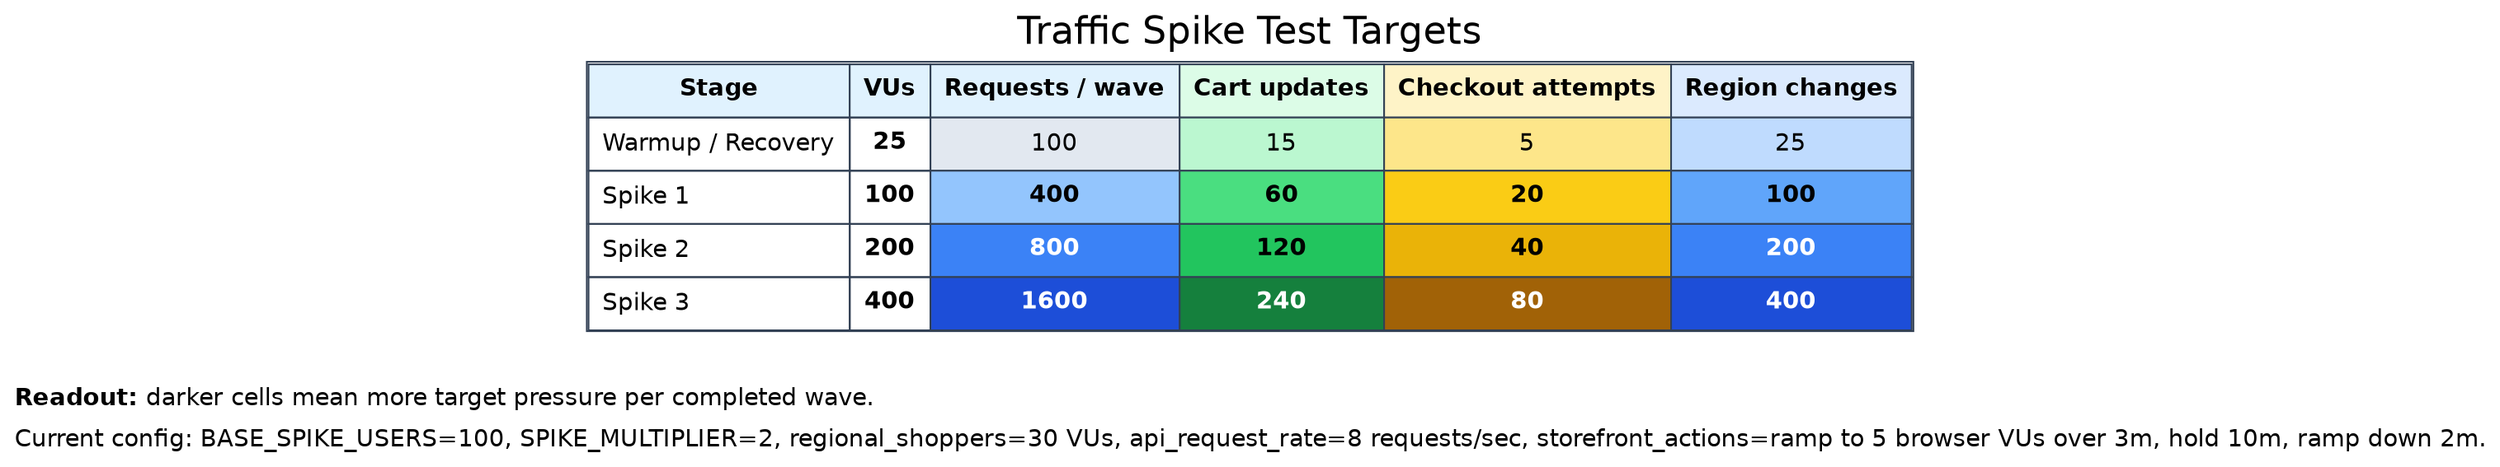
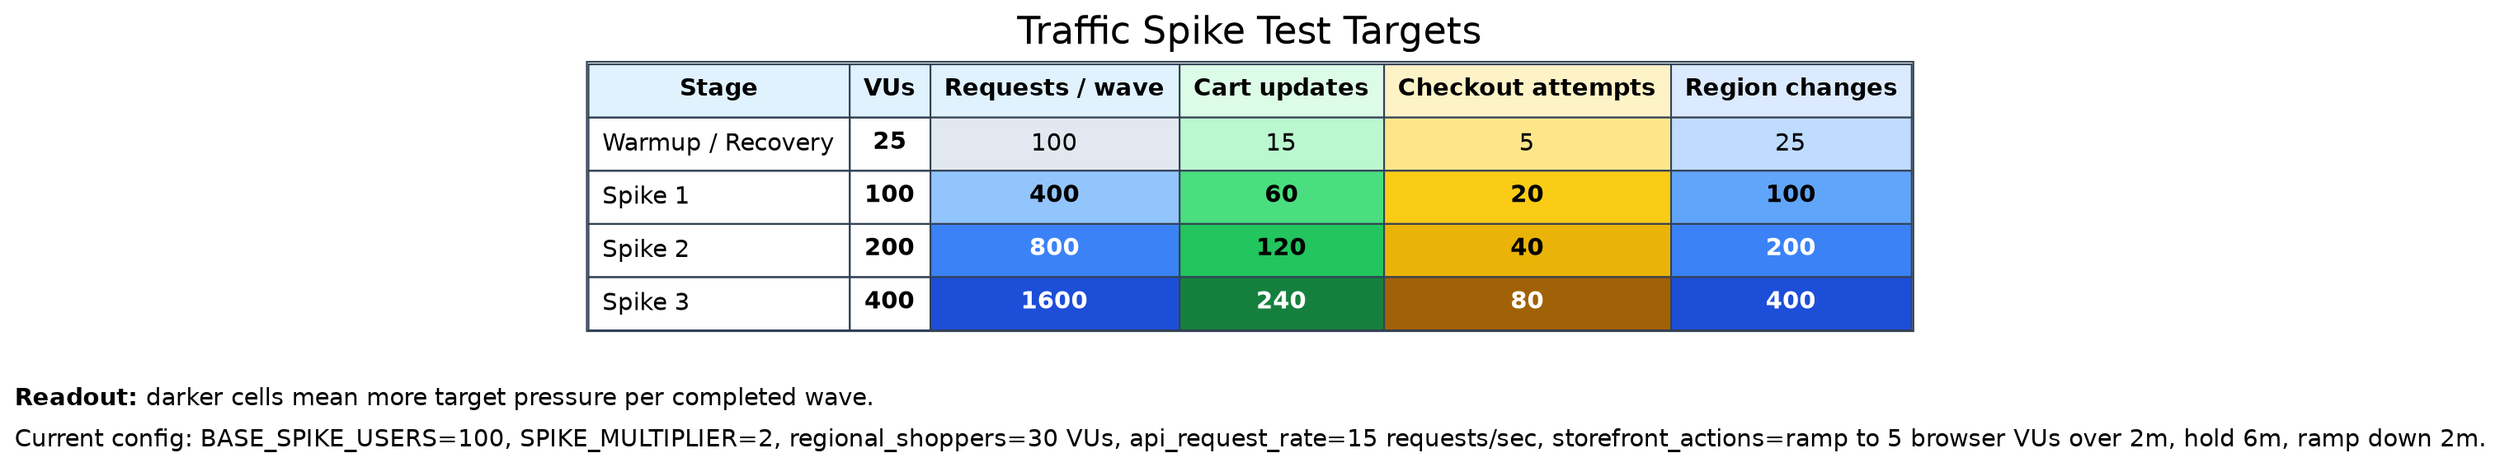
digraph traffic_spike_target_heatmap {
  graph [rankdir=TB, labelloc=t, label="Traffic Spike Test Targets", fontsize=22, fontname="Helvetica", nodesep=0.35, ranksep=0.4];
  node [shape=plain, fontname="Helvetica"];
  edge [style=invis];

  target_heatmap [label=<
    <TABLE BORDER="1" CELLBORDER="1" CELLSPACING="0" CELLPADDING="7" COLOR="#334155">
      <TR><TD BGCOLOR="#e0f2fe"><B>Stage</B></TD><TD BGCOLOR="#e0f2fe"><B>VUs</B></TD><TD BGCOLOR="#e0f2fe"><B>Requests / wave</B></TD><TD BGCOLOR="#dcfce7"><B>Cart updates</B></TD><TD BGCOLOR="#fef3c7"><B>Checkout attempts</B></TD><TD BGCOLOR="#dbeafe"><B>Region changes</B></TD></TR>
      <TR><TD ALIGN="LEFT">Warmup / Recovery</TD><TD><B>25</B></TD><TD BGCOLOR="#e2e8f0">100</TD><TD BGCOLOR="#bbf7d0">15</TD><TD BGCOLOR="#fde68a">5</TD><TD BGCOLOR="#bfdbfe">25</TD></TR>
      <TR><TD ALIGN="LEFT">Spike 1</TD><TD><B>100</B></TD><TD BGCOLOR="#93c5fd"><B>400</B></TD><TD BGCOLOR="#4ade80"><B>60</B></TD><TD BGCOLOR="#facc15"><B>20</B></TD><TD BGCOLOR="#60a5fa"><B>100</B></TD></TR>
      <TR><TD ALIGN="LEFT">Spike 2</TD><TD><B>200</B></TD><TD BGCOLOR="#3b82f6"><FONT COLOR="white"><B>800</B></FONT></TD><TD BGCOLOR="#22c55e"><B>120</B></TD><TD BGCOLOR="#eab308"><B>40</B></TD><TD BGCOLOR="#3b82f6"><FONT COLOR="white"><B>200</B></FONT></TD></TR>
      <TR><TD ALIGN="LEFT">Spike 3</TD><TD><B>400</B></TD><TD BGCOLOR="#1d4ed8"><FONT COLOR="white"><B>1600</B></FONT></TD><TD BGCOLOR="#15803d"><FONT COLOR="white"><B>240</B></FONT></TD><TD BGCOLOR="#a16207"><FONT COLOR="white"><B>80</B></FONT></TD><TD BGCOLOR="#1d4ed8"><FONT COLOR="white"><B>400</B></FONT></TD></TR>
    </TABLE>
  >];

  target_note [label=<
    <TABLE BORDER="0" CELLBORDER="0" CELLSPACING="0" CELLPADDING="4">
      <TR><TD ALIGN="LEFT"><B>Readout:</B> darker cells mean more target pressure per completed wave.</TD></TR>
-       <TR><TD ALIGN="LEFT">Current config: BASE_SPIKE_USERS=100, SPIKE_MULTIPLIER=2, regional_shoppers=30 VUs, api_request_rate=8 requests/sec, storefront_actions=ramp to 5 browser VUs over 3m, hold 10m, ramp down 2m.</TD></TR>
+       <TR><TD ALIGN="LEFT">Current config: BASE_SPIKE_USERS=100, SPIKE_MULTIPLIER=2, regional_shoppers=30 VUs, api_request_rate=15 requests/sec, storefront_actions=ramp to 5 browser VUs over 2m, hold 6m, ramp down 2m.</TD></TR>
    </TABLE>
  >];

  target_heatmap -> target_note;
}
- 
